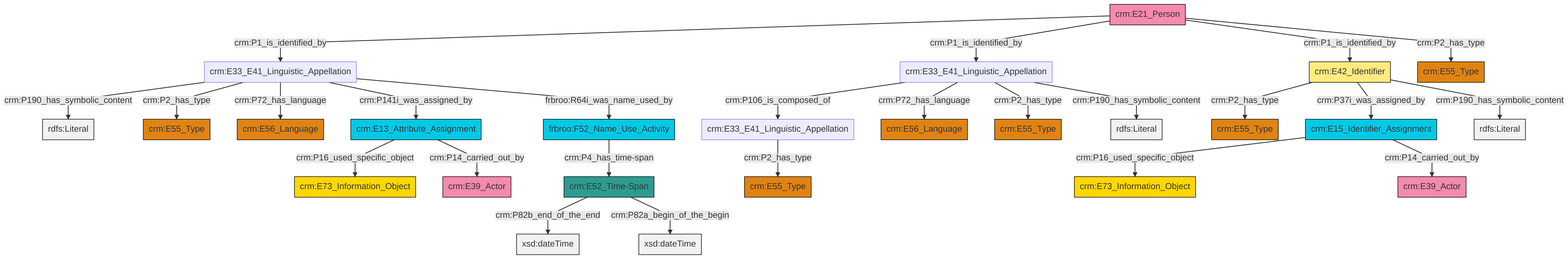
swiss-art-research-net/reference-data-models keeps this Mermaid diagram as et/personCSV/ttl/mmd/png/Person_Names_and_Classification.png. Above is the earlier version. Its source is kept beside it as et/personCSV/ttl/mmd/Person_Names_and_Classification.ttl.mmd.
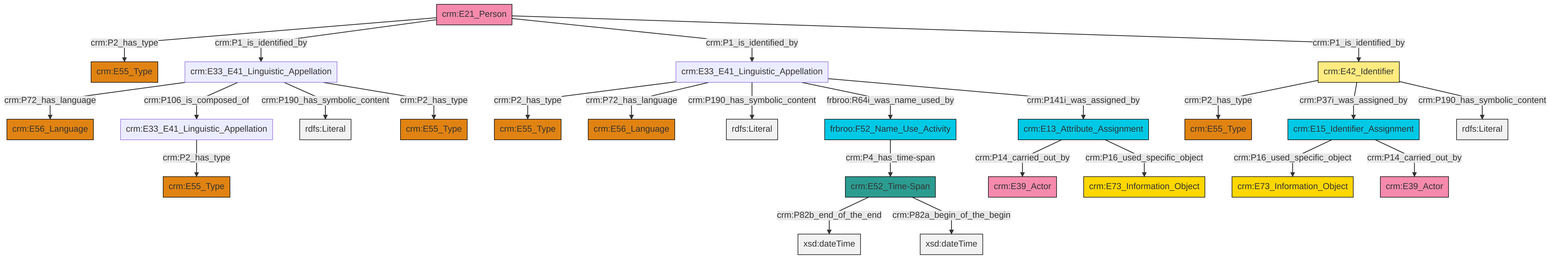
After the change.

Diff of the diagram source:
```diff
@@ -13,27 +13,27 @@
 classDef PC_Classes fill:#4ce600, stroke:#000000;
 classDef Multi fill:#cccccc,stroke:#000000;
 
-2["crm:E33_E41_Linguistic_Appellation"]:::Default -->|crm:P190_has_symbolic_content| 3[rdfs:Literal]:::Literal
-6["frbroo:F52_Name_Use_Activity"]:::Temporal_Entity -->|crm:P4_has_time-span| 4["crm:E52_Time-Span"]:::Time-Span
-9["crm:E15_Identifier_Assignment"]:::Temporal_Entity -->|crm:P16_used_specific_object| 10["crm:E73_Information_Object"]:::Conceptual_Object
-0["crm:E13_Attribute_Assignment"]:::Temporal_Entity -->|crm:P16_used_specific_object| 12["crm:E73_Information_Object"]:::Conceptual_Object
-9["crm:E15_Identifier_Assignment"]:::Temporal_Entity -->|crm:P14_carried_out_by| 13["crm:E39_Actor"]:::Actor
-14["crm:E21_Person"]:::Actor -->|crm:P1_is_identified_by| 2["crm:E33_E41_Linguistic_Appellation"]:::Default
-17["crm:E42_Identifier"]:::Appellation -->|crm:P2_has_type| 18["crm:E55_Type"]:::Type
-17["crm:E42_Identifier"]:::Appellation -->|crm:P37i_was_assigned_by| 9["crm:E15_Identifier_Assignment"]:::Temporal_Entity
-17["crm:E42_Identifier"]:::Appellation -->|crm:P190_has_symbolic_content| 23[rdfs:Literal]:::Literal
-19["crm:E33_E41_Linguistic_Appellation"]:::Default -->|crm:P106_is_composed_of| 29["crm:E33_E41_Linguistic_Appellation"]:::Default
-19["crm:E33_E41_Linguistic_Appellation"]:::Default -->|crm:P72_has_language| 21["crm:E56_Language"]:::Type
-14["crm:E21_Person"]:::Actor -->|crm:P1_is_identified_by| 19["crm:E33_E41_Linguistic_Appellation"]:::Default
-4["crm:E52_Time-Span"]:::Time-Span -->|crm:P82b_end_of_the_end| 34[xsd:dateTime]:::Literal
-4["crm:E52_Time-Span"]:::Time-Span -->|crm:P82a_begin_of_the_begin| 35[xsd:dateTime]:::Literal
-2["crm:E33_E41_Linguistic_Appellation"]:::Default -->|crm:P2_has_type| 15["crm:E55_Type"]:::Type
-0["crm:E13_Attribute_Assignment"]:::Temporal_Entity -->|crm:P14_carried_out_by| 7["crm:E39_Actor"]:::Actor
-14["crm:E21_Person"]:::Actor -->|crm:P1_is_identified_by| 17["crm:E42_Identifier"]:::Appellation
-19["crm:E33_E41_Linguistic_Appellation"]:::Default -->|crm:P2_has_type| 27["crm:E55_Type"]:::Type
-2["crm:E33_E41_Linguistic_Appellation"]:::Default -->|crm:P72_has_language| 37["crm:E56_Language"]:::Type
-29["crm:E33_E41_Linguistic_Appellation"]:::Default -->|crm:P2_has_type| 32["crm:E55_Type"]:::Type
-2["crm:E33_E41_Linguistic_Appellation"]:::Default -->|crm:P141i_was_assigned_by| 0["crm:E13_Attribute_Assignment"]:::Temporal_Entity
-2["crm:E33_E41_Linguistic_Appellation"]:::Default -->|frbroo:R64i_was_name_used_by| 6["frbroo:F52_Name_Use_Activity"]:::Temporal_Entity
-14["crm:E21_Person"]:::Actor -->|crm:P2_has_type| 25["crm:E55_Type"]:::Type
-19["crm:E33_E41_Linguistic_Appellation"]:::Default -->|crm:P190_has_symbolic_content| 46[rdfs:Literal]:::Literal
+4["crm:E33_E41_Linguistic_Appellation"]:::Default -->|crm:P2_has_type| 5["crm:E55_Type"]:::Type
+11["crm:E21_Person"]:::Actor -->|crm:P2_has_type| 7["crm:E55_Type"]:::Type
+14["crm:E42_Identifier"]:::Appellation -->|crm:P2_has_type| 15["crm:E55_Type"]:::Type
+22["crm:E52_Time-Span"]:::Time-Span -->|crm:P82b_end_of_the_end| 23[xsd:dateTime]:::Literal
+9["crm:E33_E41_Linguistic_Appellation"]:::Default -->|crm:P2_has_type| 0["crm:E55_Type"]:::Type
+16["crm:E33_E41_Linguistic_Appellation"]:::Default -->|crm:P72_has_language| 18["crm:E56_Language"]:::Type
+11["crm:E21_Person"]:::Actor -->|crm:P1_is_identified_by| 16["crm:E33_E41_Linguistic_Appellation"]:::Default
+16["crm:E33_E41_Linguistic_Appellation"]:::Default -->|crm:P106_is_composed_of| 9["crm:E33_E41_Linguistic_Appellation"]:::Default
+34["crm:E13_Attribute_Assignment"]:::Temporal_Entity -->|crm:P14_carried_out_by| 32["crm:E39_Actor"]:::Actor
+2["crm:E15_Identifier_Assignment"]:::Temporal_Entity -->|crm:P16_used_specific_object| 20["crm:E73_Information_Object"]:::Conceptual_Object
+4["crm:E33_E41_Linguistic_Appellation"]:::Default -->|crm:P72_has_language| 35["crm:E56_Language"]:::Type
+14["crm:E42_Identifier"]:::Appellation -->|crm:P37i_was_assigned_by| 2["crm:E15_Identifier_Assignment"]:::Temporal_Entity
+4["crm:E33_E41_Linguistic_Appellation"]:::Default -->|crm:P190_has_symbolic_content| 37[rdfs:Literal]:::Literal
+4["crm:E33_E41_Linguistic_Appellation"]:::Default -->|frbroo:R64i_was_name_used_by| 24["frbroo:F52_Name_Use_Activity"]:::Temporal_Entity
+22["crm:E52_Time-Span"]:::Time-Span -->|crm:P82a_begin_of_the_begin| 41[xsd:dateTime]:::Literal
+14["crm:E42_Identifier"]:::Appellation -->|crm:P190_has_symbolic_content| 42[rdfs:Literal]:::Literal
+24["frbroo:F52_Name_Use_Activity"]:::Temporal_Entity -->|crm:P4_has_time-span| 22["crm:E52_Time-Span"]:::Time-Span
+16["crm:E33_E41_Linguistic_Appellation"]:::Default -->|crm:P190_has_symbolic_content| 43[rdfs:Literal]:::Literal
+34["crm:E13_Attribute_Assignment"]:::Temporal_Entity -->|crm:P16_used_specific_object| 12["crm:E73_Information_Object"]:::Conceptual_Object
+16["crm:E33_E41_Linguistic_Appellation"]:::Default -->|crm:P2_has_type| 26["crm:E55_Type"]:::Type
+11["crm:E21_Person"]:::Actor -->|crm:P1_is_identified_by| 4["crm:E33_E41_Linguistic_Appellation"]:::Default
+2["crm:E15_Identifier_Assignment"]:::Temporal_Entity -->|crm:P14_carried_out_by| 28["crm:E39_Actor"]:::Actor
+4["crm:E33_E41_Linguistic_Appellation"]:::Default -->|crm:P141i_was_assigned_by| 34["crm:E13_Attribute_Assignment"]:::Temporal_Entity
+11["crm:E21_Person"]:::Actor -->|crm:P1_is_identified_by| 14["crm:E42_Identifier"]:::Appellation
```
